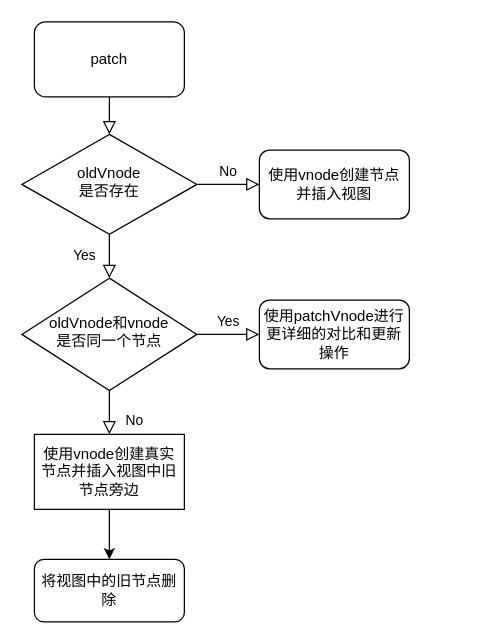
Above: JavaScript/深入浅出Vue.js/Untitled Diagram.drawio in Cenkaifeng/learning (draw.io), before the change. Source tidied: cells renumbered, new cells numbered last; positions are measured from the earlier drawing's top-left corner, leaving out a move shared by most shapes. Both pictures are drawn from the tidied source at 125%, with x=0, y=0 at pixel (21, 21).
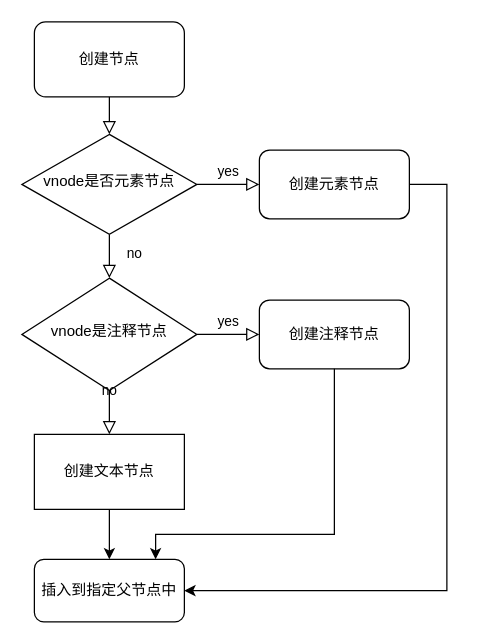
Above is the later version.

Commit message:
Create 创建一个节点并渲染到视图的过程

Change to the diagram source:
```diff
@@
-    <mxCell id="3" value="patch" style="rounded=1;whiteSpace=wrap;html=1;fontSize=12;glass=0;strokeWidth=1;shadow=0;" parent="1" vertex="1">
+    <mxCell id="3" value="创建节点" style="rounded=1;whiteSpace=wrap;html=1;fontSize=12;glass=0;strokeWidth=1;shadow=0;" parent="1" vertex="1">
       <mxGeometry x="10" width="120" height="60" as="geometry" />
     </mxCell>
-    <mxCell id="4" value="Yes" style="rounded=0;html=1;jettySize=auto;fontSize=11;endArrow=block;endFill=0;endSize=8;strokeWidth=1;shadow=0;labelBackgroundColor=none;edgeStyle=orthogonalEdgeStyle;" parent="1" edge="1" source="6" target="9">
-      <mxGeometry y="20" relative="1" as="geometry" />
+    <mxCell id="4" value="no" style="rounded=0;html=1;jettySize=auto;fontSize=11;endArrow=block;endFill=0;endSize=8;strokeWidth=1;shadow=0;labelBackgroundColor=none;edgeStyle=orthogonalEdgeStyle;" parent="1" edge="1" source="6" target="9">
+      <mxGeometry x="0.11" y="20" relative="1" as="geometry" />
     </mxCell>
-    <mxCell id="5" value="No" style="edgeStyle=orthogonalEdgeStyle;rounded=0;html=1;jettySize=auto;fontSize=11;endArrow=block;endFill=0;endSize=8;strokeWidth=1;shadow=0;labelBackgroundColor=none;" parent="1" edge="1" source="6" target="7">
+    <mxCell id="5" value="yes" style="edgeStyle=orthogonalEdgeStyle;rounded=0;html=1;jettySize=auto;fontSize=11;endArrow=block;endFill=0;endSize=8;strokeWidth=1;shadow=0;labelBackgroundColor=none;" parent="1" edge="1" source="6" target="7">
       <mxGeometry y="10" relative="1" as="geometry" />
     </mxCell>
-    <mxCell id="6" value="oldVnode&lt;br&gt;是否存在" style="rhombus;whiteSpace=wrap;html=1;shadow=0;fontFamily=Helvetica;fontSize=12;align=center;strokeWidth=1;spacing=6;spacingTop=-4;" parent="1" vertex="1">
+    <mxCell id="6" value="vnode是否元素节点" style="rhombus;whiteSpace=wrap;html=1;shadow=0;fontFamily=Helvetica;fontSize=12;align=center;strokeWidth=1;spacing=6;spacingTop=-4;" parent="1" vertex="1">
       <mxGeometry y="90" width="140" height="80" as="geometry" />
     </mxCell>
-    <mxCell id="7" value="使用vnode创建节点&lt;br&gt;并插入视图" style="rounded=1;whiteSpace=wrap;html=1;fontSize=12;glass=0;strokeWidth=1;shadow=0;" parent="1" vertex="1">
+    <mxCell id="7" value="创建元素节点" style="rounded=1;whiteSpace=wrap;html=1;fontSize=12;glass=0;strokeWidth=1;shadow=0;" parent="1" vertex="1">
       <mxGeometry x="190" y="102.5" width="120" height="55" as="geometry" />
     </mxCell>
-    <mxCell id="8" value="Yes" style="edgeStyle=orthogonalEdgeStyle;rounded=0;html=1;jettySize=auto;fontSize=11;endArrow=block;endFill=0;endSize=8;strokeWidth=1;shadow=0;labelBackgroundColor=none;" parent="1" edge="1" source="9" target="11">
+    <mxCell id="8" value="yes" style="edgeStyle=orthogonalEdgeStyle;rounded=0;html=1;jettySize=auto;fontSize=11;endArrow=block;endFill=0;endSize=8;strokeWidth=1;shadow=0;labelBackgroundColor=none;" parent="1" edge="1" source="9" target="11">
       <mxGeometry y="10" relative="1" as="geometry" />
     </mxCell>
-    <mxCell id="9" value="oldVnode和vnode&lt;br&gt;是否同一个节点" style="rhombus;whiteSpace=wrap;html=1;shadow=0;fontFamily=Helvetica;fontSize=12;align=center;strokeWidth=1;spacing=6;spacingTop=-4;spacingLeft=4;spacingRight=4;" parent="1" vertex="1">
+    <mxCell id="9" value="vnode是注释节点" style="rhombus;whiteSpace=wrap;html=1;shadow=0;fontFamily=Helvetica;fontSize=12;align=center;strokeWidth=1;spacing=6;spacingTop=-4;spacingLeft=4;spacingRight=4;" parent="1" vertex="1">
       <mxGeometry y="205" width="140" height="90" as="geometry" />
     </mxCell>
-    <mxCell id="10" value="将视图中的旧节点删除" style="rounded=1;whiteSpace=wrap;html=1;fontSize=12;glass=0;strokeWidth=1;shadow=0;" parent="1" vertex="1">
+    <mxCell id="10" value="插入到指定父节点中" style="rounded=1;whiteSpace=wrap;html=1;fontSize=12;glass=0;strokeWidth=1;shadow=0;" parent="1" vertex="1">
       <mxGeometry x="10" y="430" width="120" height="50" as="geometry" />
     </mxCell>
-    <mxCell id="11" value="使用patchVnode进行更详细的对比和更新操作" style="rounded=1;whiteSpace=wrap;html=1;fontSize=12;glass=0;strokeWidth=1;shadow=0;" parent="1" vertex="1">
+    <mxCell id="11" value="创建注释节点" style="rounded=1;whiteSpace=wrap;html=1;fontSize=12;glass=0;strokeWidth=1;shadow=0;" parent="1" vertex="1">
       <mxGeometry x="190" y="222.5" width="120" height="55" as="geometry" />
     </mxCell>
-    <mxCell id="12" value="No" style="rounded=0;html=1;jettySize=auto;fontSize=11;endArrow=block;endFill=0;endSize=8;strokeWidth=1;shadow=0;labelBackgroundColor=none;edgeStyle=orthogonalEdgeStyle;" parent="1" edge="1" source="9">
-      <mxGeometry x="0.33" y="20" relative="1" as="geometry">
+    <mxCell id="12" value="no" style="rounded=0;html=1;jettySize=auto;fontSize=11;endArrow=block;endFill=0;endSize=8;strokeWidth=1;shadow=0;labelBackgroundColor=none;edgeStyle=orthogonalEdgeStyle;" parent="1" edge="1" source="9">
+      <mxGeometry x="0.11" y="20" relative="1" as="geometry">
         <mxPoint x="70" y="330" as="targetPoint" />
       </mxGeometry>
     </mxCell>
@@
-    <mxCell id="14" value="使用vnode创建真实节点并插入视图中旧节点旁边" style="rounded=0;whiteSpace=wrap;html=1;spacingLeft=2;spacingRight=2;" parent="1" vertex="1">
+    <mxCell id="14" value="创建文本节点" style="rounded=0;whiteSpace=wrap;html=1;spacingLeft=2;spacingRight=2;" parent="1" vertex="1">
       <mxGeometry x="10" y="330" width="120" height="60" as="geometry" />
     </mxCell>
+    <mxCell id="15" style="edgeStyle=elbowEdgeStyle;elbow=vertical;endArrow=classic;html=1;exitX=0.5;exitY=1;exitDx=0;exitDy=0;rounded=0;" parent="1" edge="1" source="11">
+      <mxGeometry relative="1" as="geometry">
+        <mxPoint x="107" y="430" as="targetPoint" />
+        <Array as="points">
+          <mxPoint x="200" y="410" />
+          <mxPoint x="170" y="400" />
+        </Array>
+      </mxGeometry>
+    </mxCell>
+    <mxCell id="16" style="edgeStyle=elbowEdgeStyle;elbow=horizontal;endArrow=classic;html=1;exitX=1;exitY=0.5;exitDx=0;exitDy=0;entryX=1;entryY=0.5;entryDx=0;entryDy=0;rounded=0;" parent="1" edge="1" source="7" target="10">
+      <mxGeometry relative="1" as="geometry">
+        <Array as="points">
+          <mxPoint x="340" y="300" />
+        </Array>
+      </mxGeometry>
+    </mxCell>
```
